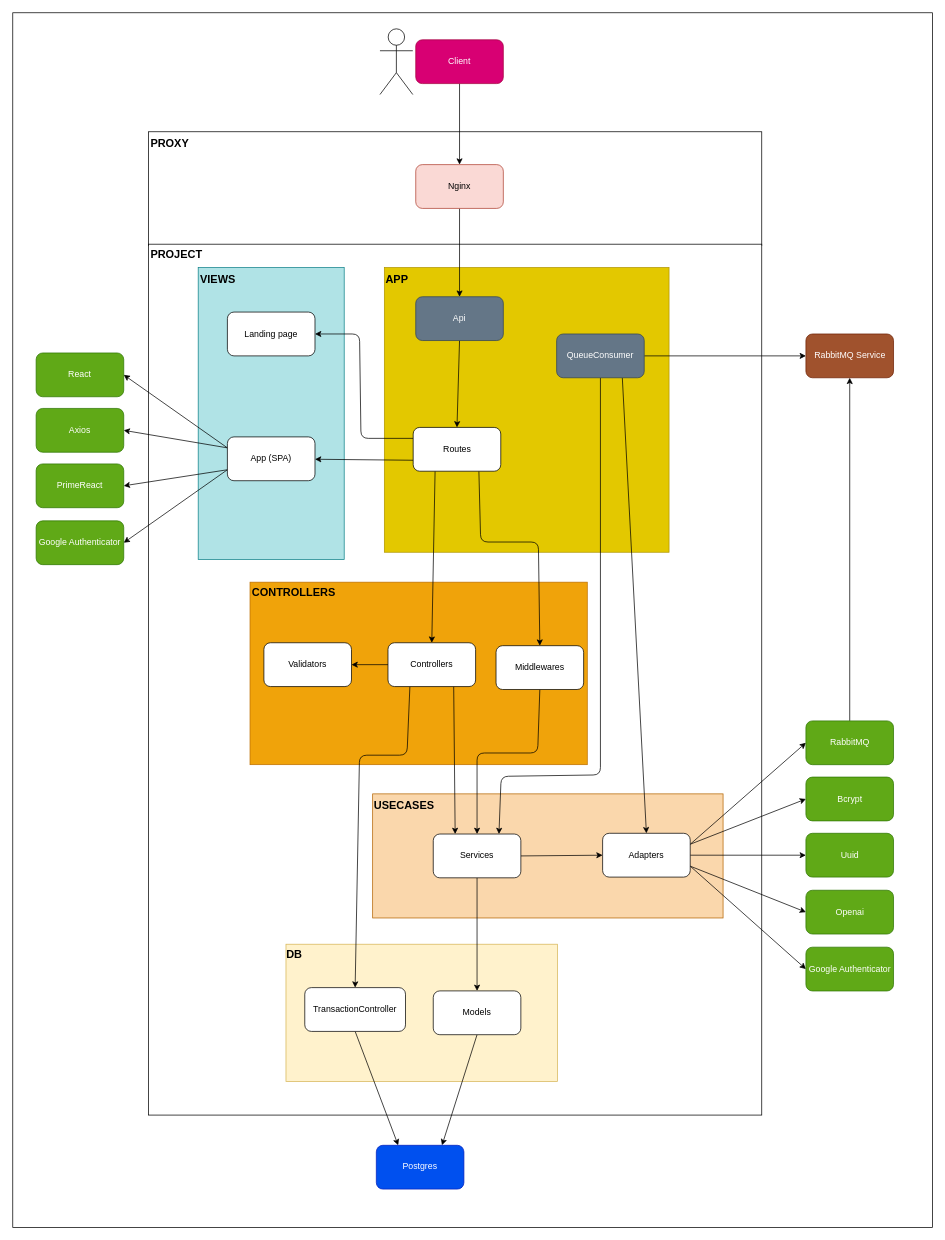
Before: docs/architecture.drawio in DouglasVolcato/tcc-educaia, a draw.io diagram. Source tidied: cells renumbered, new cells numbered last; positions are measured from the earlier drawing's top-left corner, leaving out a move shared by most shapes. Both pictures are drawn from the tidied source at 73%, with x=0, y=0 at pixel (12, -118).
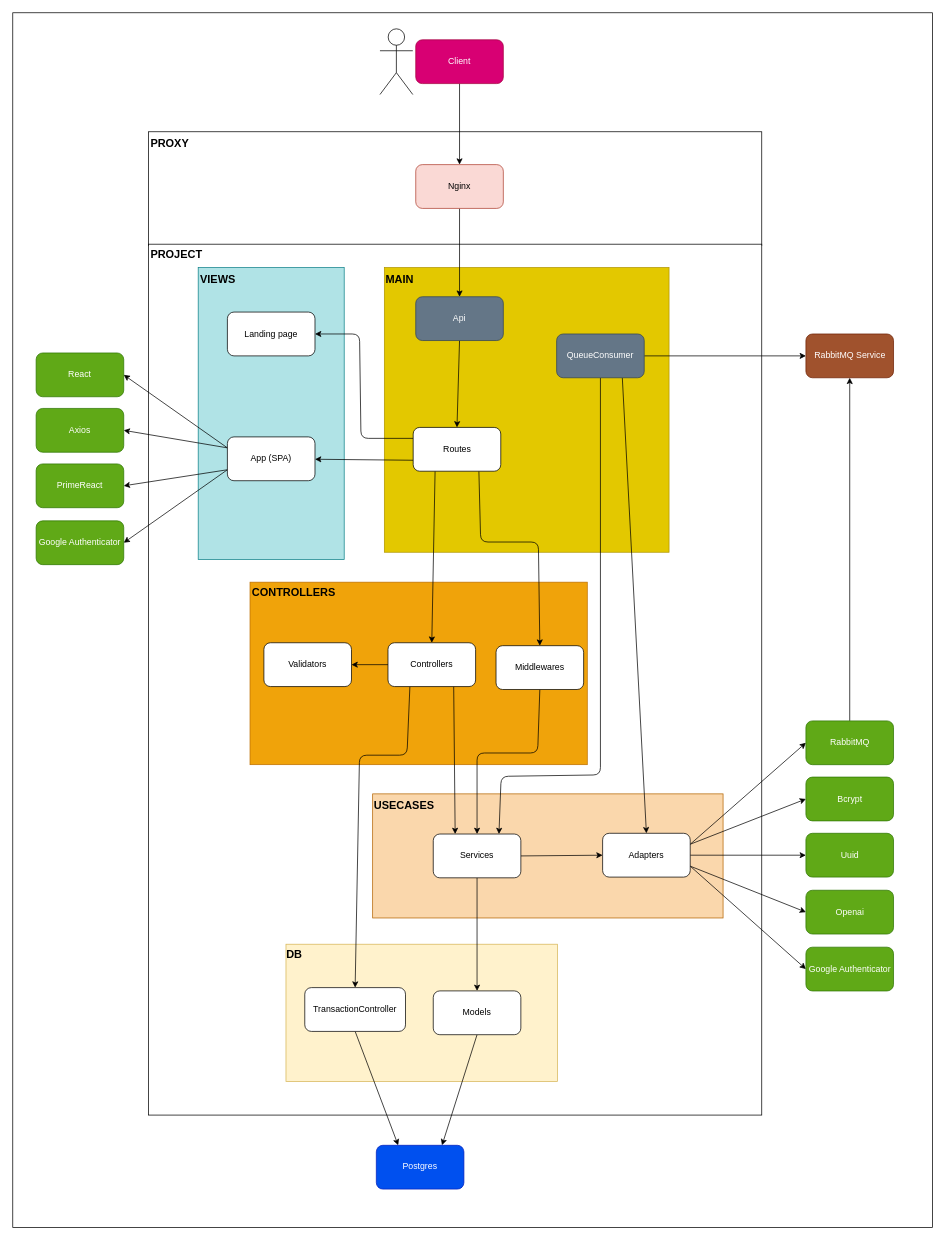
After the change.

Commit message (it also covers changes not shown here):
docs: implement architecture

Diff of the diagram source:
```diff
@@
-    <mxCell id="46" value="&lt;b&gt;&lt;font style=&quot;font-size: 15px;&quot;&gt;APP&lt;/font&gt;&lt;/b&gt;" style="text;html=1;align=left;verticalAlign=middle;whiteSpace=wrap;rounded=0;" parent="1" vertex="1">
+    <mxCell id="46" value="&lt;b&gt;&lt;font style=&quot;font-size: 15px;&quot;&gt;MAIN&lt;/font&gt;&lt;/b&gt;" style="text;html=1;align=left;verticalAlign=middle;whiteSpace=wrap;rounded=0;" parent="1" vertex="1">
       <mxGeometry x="509" y="528" width="60" height="30" as="geometry" />
     </mxCell>
```
